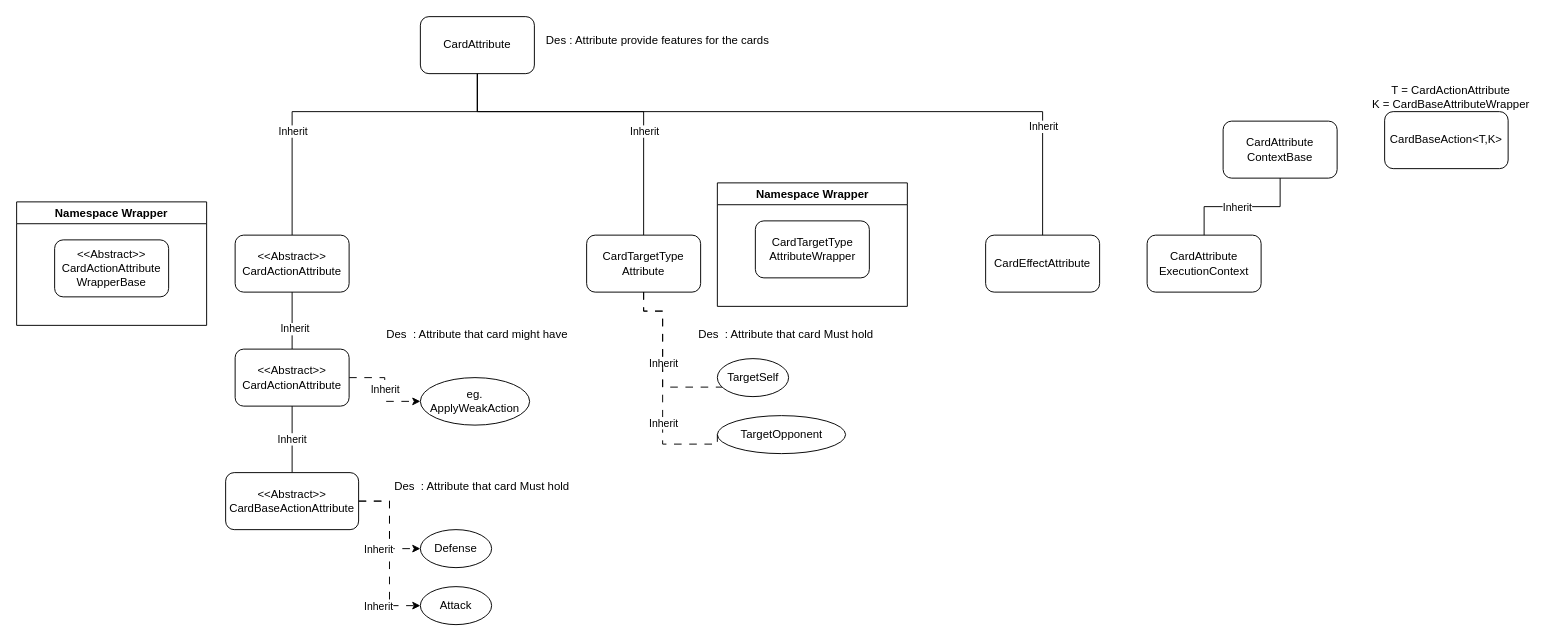
The draw.io diagram page "DRAFT (NEW)" (10 of 11) of GameUMLDiagram.drawio in JuenWeiHashcode/GameDocumentation, before the edit. Source tidied: cells renumbered, new cells numbered last; positions are measured from the earlier drawing's top-left corner, leaving out a move shared by most shapes. Both pictures are drawn from the tidied source at 95%, with x=0, y=0 at pixel (16, 16).
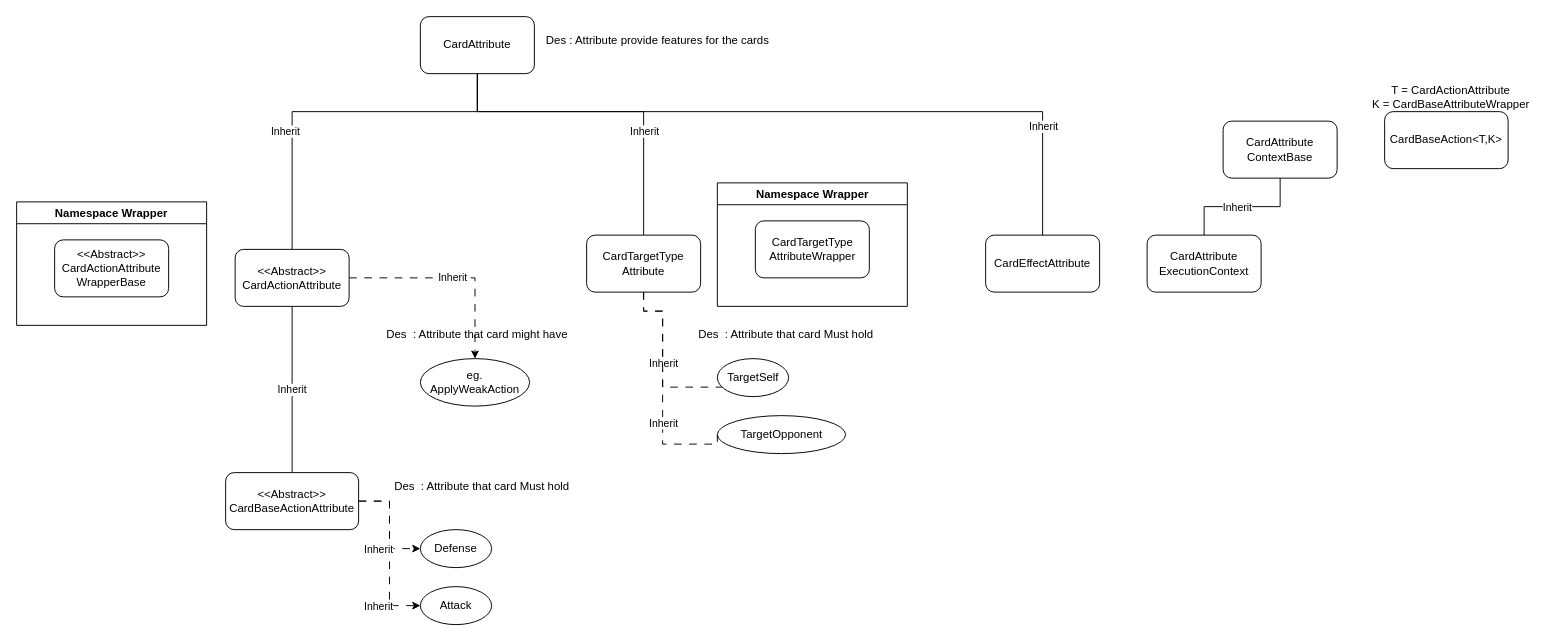
The same page after the edit.

The change refers to these unchanged cells:
```xml
<mxCell id="6" value="&lt;div&gt;CardAttribute&lt;/div&gt;" style="rounded=1;whiteSpace=wrap;html=1;" parent="1" vertex="1">
  <mxGeometry x="425" width="120" height="60" as="geometry" />
</mxCell>
```

Change to the diagram source:
```diff
@@
-    <mxCell id="2" style="edgeStyle=orthogonalEdgeStyle;rounded=0;jettySize=auto;html=1;endArrow=none;endFill=0;" parent="1" edge="1" source="6" target="9">
+    <mxCell id="2" style="edgeStyle=orthogonalEdgeStyle;rounded=0;jettySize=auto;html=1;endArrow=none;endFill=0;" parent="1" edge="1" source="6" target="12">
       <mxGeometry relative="1" as="geometry">
         <Array as="points">
           <mxPoint x="485" y="100" />
           <mxPoint x="290" y="100" />
         </Array>
       </mxGeometry>
     </mxCell>
@@
-    <mxCell id="7" style="edgeStyle=orthogonalEdgeStyle;rounded=0;jettySize=auto;html=1;endArrow=none;endFill=0;" parent="1" edge="1" source="9" target="12">
-      <mxGeometry relative="1" as="geometry" />
-    </mxCell>
-    <mxCell id="8" value="Inherit" style="edgeLabel;html=1;align=center;verticalAlign=middle;" parent="7" vertex="1">
-      <mxGeometry x="0.26" y="2" relative="1" as="geometry" />
-    </mxCell>
-    <mxCell id="9" value="&amp;lt;&amp;lt;Abstract&amp;gt;&amp;gt;&lt;div&gt;CardActionAttribute&lt;/div&gt;" style="rounded=1;whiteSpace=wrap;html=1;" parent="1" vertex="1">
-      <mxGeometry x="230" y="230" width="120" height="60" as="geometry" />
-    </mxCell>
@@
     <mxCell id="12" value="&amp;lt;&amp;lt;Abstract&amp;gt;&amp;gt;&lt;div&gt;CardActionAttribute&lt;/div&gt;" style="rounded=1;whiteSpace=wrap;html=1;" parent="1" vertex="1">
-      <mxGeometry x="230" y="350" width="120" height="60" as="geometry" />
+      <mxGeometry x="230" y="245" width="120" height="60" as="geometry" />
     </mxCell>
@@
     <mxCell id="28" value="&lt;div&gt;eg.&lt;/div&gt;ApplyWeakAction" style="ellipse;whiteSpace=wrap;html=1;" parent="1" vertex="1">
-      <mxGeometry x="425" y="380" width="115" height="50" as="geometry" />
+      <mxGeometry x="425" y="360" width="115" height="50" as="geometry" />
     </mxCell>
```
